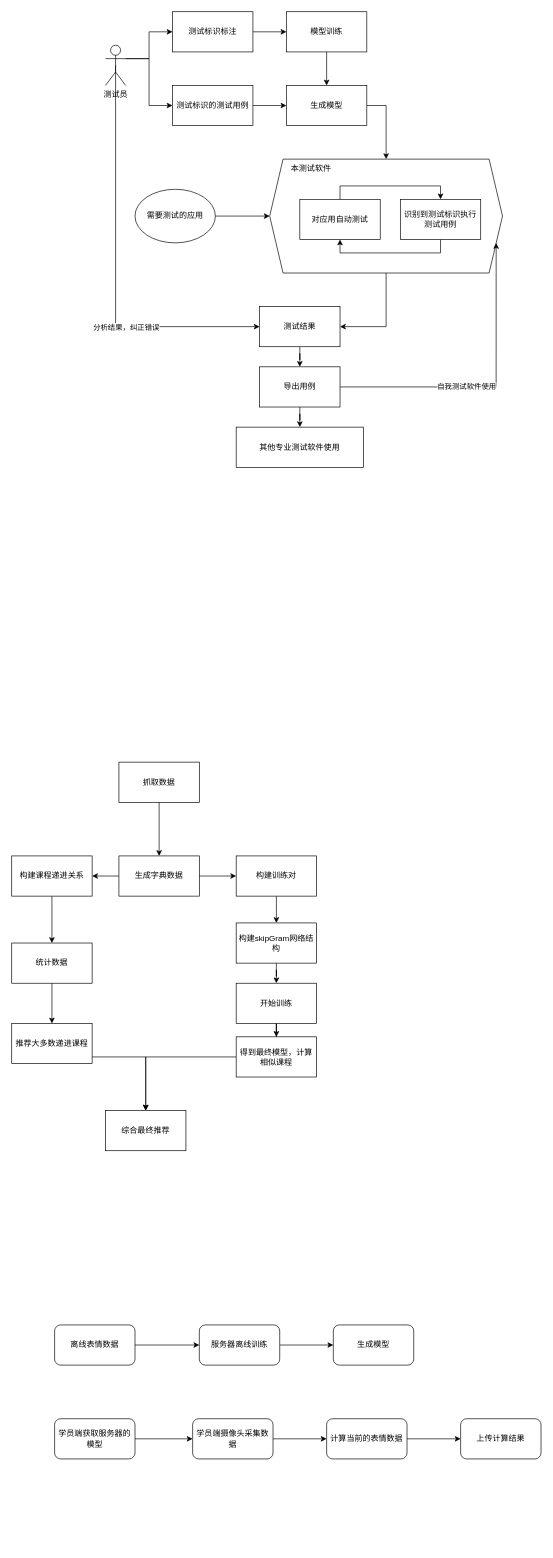
The draw.io diagram AI.drawio in lxp521125/7788chat, before the edit. Source tidied: cells renumbered, new cells numbered last; positions are measured from the earlier drawing's top-left corner, leaving out a move shared by most shapes. Both pictures are drawn from the tidied source at 67%, with x=0, y=0 at pixel (11, 11).
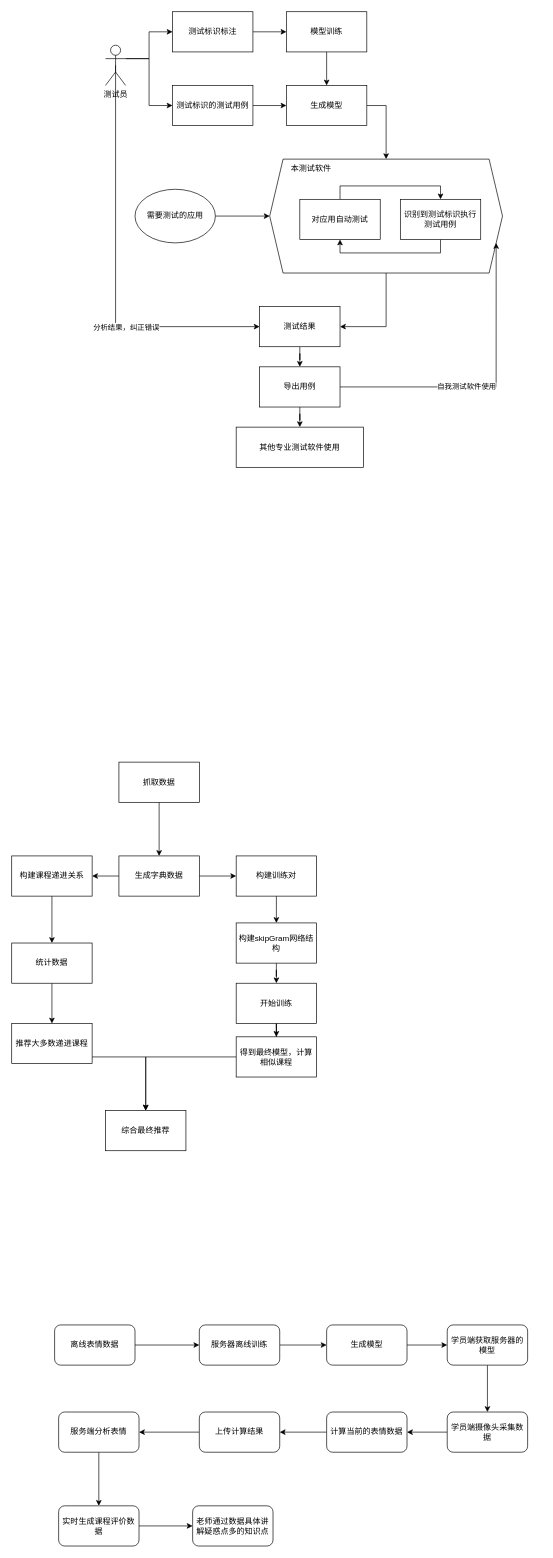
After the change.

The edit, as a diff of the source:
```diff
@@
+    <mxCell id="62" style="edgeStyle=orthogonalEdgeStyle;rounded=0;jettySize=auto;html=1;" parent="1" edge="1" source="54" target="58">
+      <mxGeometry relative="1" as="geometry" />
+    </mxCell>
     <mxCell id="54" value="生成模型" style="rounded=1;whiteSpace=wrap;html=1;" parent="1" vertex="1">
-      <mxGeometry x="480" y="1960" width="120" height="60" as="geometry" />
+      <mxGeometry x="470" y="1960" width="120" height="60" as="geometry" />
     </mxCell>
@@
     <mxCell id="56" value="学员端摄像头采集数据" style="rounded=1;whiteSpace=wrap;html=1;" parent="1" vertex="1">
-      <mxGeometry x="270" y="2100" width="120" height="60" as="geometry" />
+      <mxGeometry x="650" y="2090" width="120" height="60" as="geometry" />
     </mxCell>
@@
     <mxCell id="58" value="学员端获取服务器的模型" style="rounded=1;whiteSpace=wrap;html=1;" parent="1" vertex="1">
-      <mxGeometry x="64" y="2100" width="120" height="60" as="geometry" />
+      <mxGeometry x="650" y="1960" width="120" height="60" as="geometry" />
     </mxCell>
@@
     <mxCell id="60" value="计算当前的表情数据" style="rounded=1;whiteSpace=wrap;html=1;" parent="1" vertex="1">
-      <mxGeometry x="470" y="2100" width="120" height="60" as="geometry" />
+      <mxGeometry x="470" y="2090" width="120" height="60" as="geometry" />
     </mxCell>
+    <mxCell id="63" style="edgeStyle=orthogonalEdgeStyle;rounded=0;jettySize=auto;html=1;" parent="1" edge="1" source="61" target="65">
+      <mxGeometry relative="1" as="geometry" />
+    </mxCell>
     <mxCell id="61" value="上传计算结果" style="rounded=1;whiteSpace=wrap;html=1;" parent="1" vertex="1">
-      <mxGeometry x="670" y="2100" width="120" height="60" as="geometry" />
+      <mxGeometry x="280" y="2090" width="120" height="60" as="geometry" />
     </mxCell>
+    <mxCell id="64" style="edgeStyle=orthogonalEdgeStyle;rounded=0;jettySize=auto;html=1;" parent="1" edge="1" source="65" target="67">
+      <mxGeometry relative="1" as="geometry" />
+    </mxCell>
+    <mxCell id="65" value="服务端分析表情" style="rounded=1;whiteSpace=wrap;html=1;" parent="1" vertex="1">
+      <mxGeometry x="70" y="2090" width="120" height="60" as="geometry" />
+    </mxCell>
+    <mxCell id="66" style="edgeStyle=orthogonalEdgeStyle;rounded=0;jettySize=auto;html=1;" parent="1" edge="1" source="67" target="68">
+      <mxGeometry relative="1" as="geometry" />
+    </mxCell>
+    <mxCell id="67" value="实时生成课程评价数据" style="rounded=1;whiteSpace=wrap;html=1;" parent="1" vertex="1">
+      <mxGeometry x="70" y="2230" width="120" height="60" as="geometry" />
+    </mxCell>
+    <mxCell id="68" value="老师通过数据具体讲解疑惑点多的知识点" style="rounded=1;whiteSpace=wrap;html=1;" parent="1" vertex="1">
+      <mxGeometry x="270" y="2230" width="120" height="60" as="geometry" />
+    </mxCell>
```
